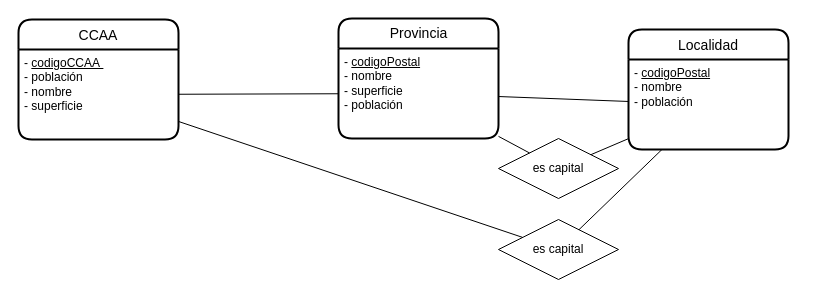
The draw.io diagram ex3.drawio in JuanMarinG/TA12_MYSQL, before the edit. Source tidied: cells renumbered, new cells numbered last; positions are measured from the earlier drawing's top-left corner, leaving out a move shared by most shapes. Both pictures are drawn from the tidied source at 100%, with x=0, y=0 at pixel (18, 18).
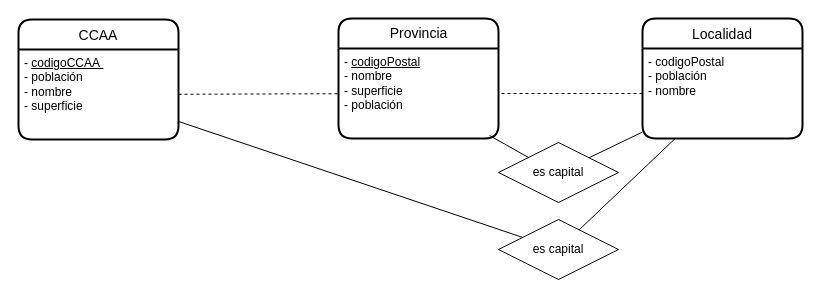
The same page after the edit.

Commit message:
entitats febles

Diff of the diagram source:
```diff
@@
 <mxGraphModel>
   <root>
     <mxCell id="0" />
     <mxCell id="1" parent="0" />
     <mxCell id="2" value="Localidad" style="swimlane;horizontal=1;startSize=30;rounded=1;fontSize=14;fontStyle=0;strokeWidth=2;shadow=0;dashed=0;align=center;" parent="1" vertex="1">
-      <mxGeometry x="610" y="11" width="160" height="120" as="geometry" />
+      <mxGeometry x="624" width="160" height="120" as="geometry" />
     </mxCell>
-    <mxCell id="3" value="- &lt;u&gt;codigoPostal&lt;/u&gt;&lt;br&gt;- nombre&lt;br&gt;- población" style="align=left;strokeColor=none;fillColor=none;spacingLeft=4;fontSize=12;verticalAlign=top;html=1;" parent="2" vertex="1">
+    <mxCell id="3" value="- codigoPostal&#10;- población&#10;- nombre" style="align=left;strokeColor=none;fillColor=none;spacingLeft=4;fontSize=12;verticalAlign=top;html=1;" parent="2" vertex="1">
       <mxGeometry y="30" width="160" height="90" as="geometry" />
     </mxCell>
     <mxCell id="4" value="Provincia" style="swimlane;horizontal=1;startSize=30;rounded=1;fontSize=14;fontStyle=0;strokeWidth=2;shadow=0;dashed=0;align=center;html=1;" parent="1" vertex="1">
       <mxGeometry x="320" width="160" height="120" as="geometry" />
     </mxCell>
     <mxCell id="5" value="- &lt;u&gt;codigoPostal&lt;/u&gt;&lt;br&gt;- nombre&lt;br&gt;- superficie&lt;br&gt;- población" style="align=left;strokeColor=none;fillColor=none;spacingLeft=4;fontSize=12;verticalAlign=top;html=1;" parent="4" vertex="1">
       <mxGeometry y="30" width="160" height="90" as="geometry" />
     </mxCell>
     <mxCell id="6" value="CCAA" style="swimlane;horizontal=1;startSize=30;rounded=1;fontSize=14;fontStyle=0;strokeWidth=2;shadow=0;dashed=0;align=center;" parent="1" vertex="1">
       <mxGeometry y="1" width="160" height="120" as="geometry" />
     </mxCell>
     <mxCell id="7" value="- &lt;u&gt;codigoCCAA&amp;nbsp;&lt;/u&gt;&lt;br&gt;- población&lt;br&gt;- nombre&lt;br&gt;- superficie" style="align=left;strokeColor=none;fillColor=none;spacingLeft=4;fontSize=12;verticalAlign=top;fontStyle=0;html=1;" parent="6" vertex="1">
       <mxGeometry y="30" width="160" height="90" as="geometry" />
     </mxCell>
-    <mxCell id="8" style="endArrow=none;html=1;rounded=0;" parent="1" edge="1" source="7" target="5">
+    <mxCell id="8" style="endArrow=none;html=1;rounded=0;dashed=1;" parent="1" edge="1" source="7" target="5">
       <mxGeometry relative="1" as="geometry" />
     </mxCell>
-    <mxCell id="9" style="endArrow=none;html=1;rounded=0;" parent="1" edge="1" source="3" target="5">
+    <mxCell id="9" style="endArrow=none;html=1;rounded=0;dashed=1;" parent="1" edge="1" source="3" target="5">
       <mxGeometry relative="1" as="geometry" />
     </mxCell>
     <mxCell id="10" value="es capital" style="shape=rhombus;perimeter=rhombusPerimeter;whiteSpace=wrap;html=1;align=center;" parent="1" vertex="1">
       <mxGeometry x="480" y="201" width="120" height="60" as="geometry" />
     </mxCell>
     <mxCell id="11" value="es capital" style="shape=rhombus;perimeter=rhombusPerimeter;whiteSpace=wrap;html=1;align=center;" parent="1" vertex="1">
-      <mxGeometry x="480" y="120" width="120" height="60" as="geometry" />
+      <mxGeometry x="480" y="124" width="120" height="60" as="geometry" />
     </mxCell>
     <mxCell id="12" style="endArrow=none;html=1;rounded=0;" parent="1" edge="1" source="7" target="10">
       <mxGeometry relative="1" as="geometry" />
     </mxCell>
-    <mxCell id="13" style="endArrow=none;html=1;rounded=0;" parent="1" edge="1" source="5" target="11">
-      <mxGeometry relative="1" as="geometry" />
+    <mxCell id="13" style="endArrow=none;html=1;rounded=0;entryX=0;entryY=0;entryDx=0;entryDy=0;" parent="1" edge="1" target="11">
+      <mxGeometry relative="1" as="geometry">
+        <mxPoint x="471" y="117" as="sourcePoint" />
+      </mxGeometry>
     </mxCell>
     <mxCell id="14" style="endArrow=none;html=1;rounded=0;" parent="1" edge="1" source="11" target="3">
       <mxGeometry relative="1" as="geometry" />
     </mxCell>
     <mxCell id="15" style="endArrow=none;html=1;rounded=0;" parent="1" edge="1" source="10" target="3">
       <mxGeometry relative="1" as="geometry" />
     </mxCell>
   </root>
 </mxGraphModel>
```
